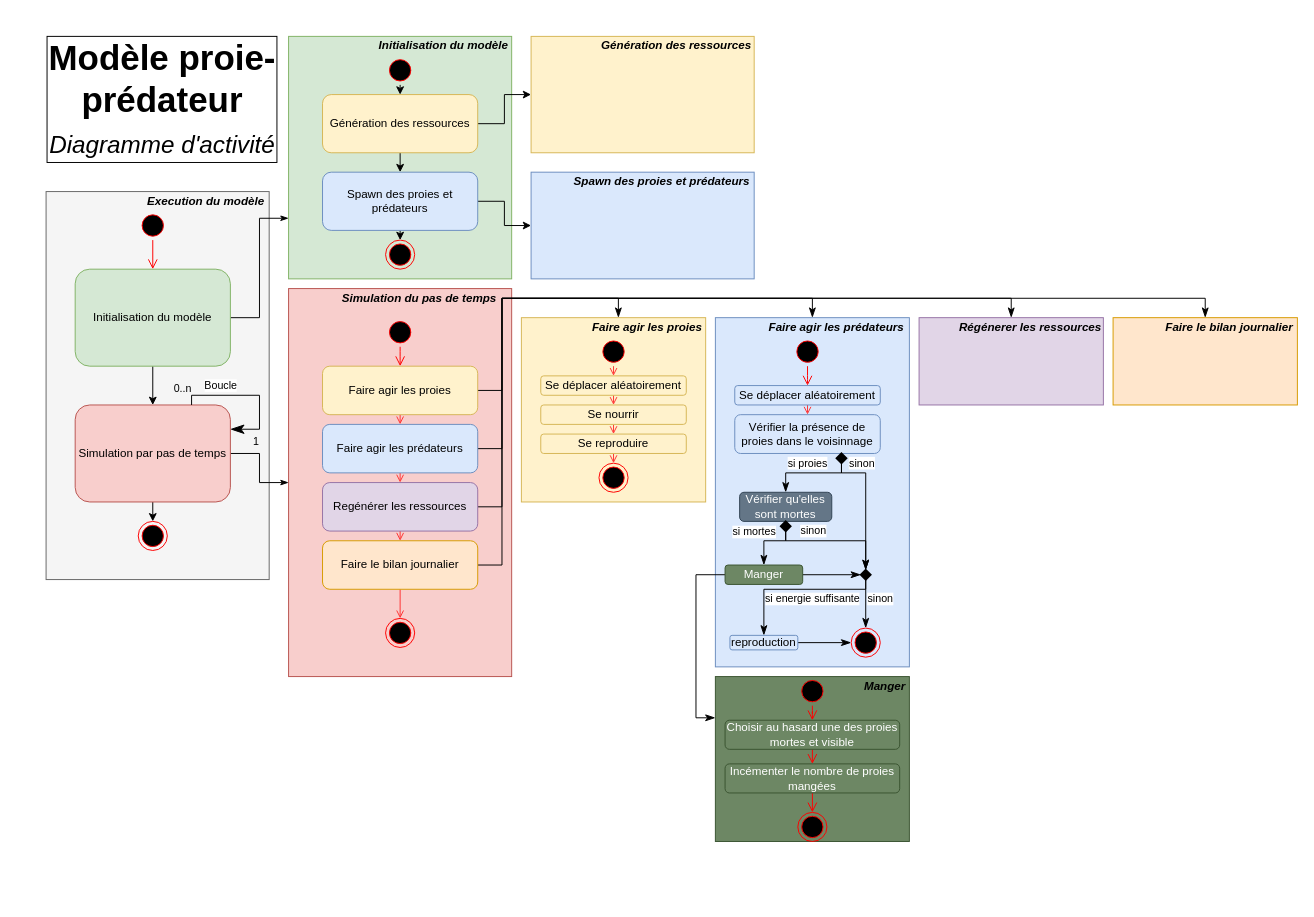
Above: page "Diagramme d'activité" (2 of 3) of class_diagram.drawio in pierre-manchon/MAS_Vultures_population_modelisation (draw.io), before the change. Source tidied: cells renumbered, new cells numbered last; positions are measured from the earlier drawing's top-left corner, leaving out a move shared by most shapes. Both pictures are drawn from the tidied source at 97%, with x=0, y=0 at pixel (46, 16).
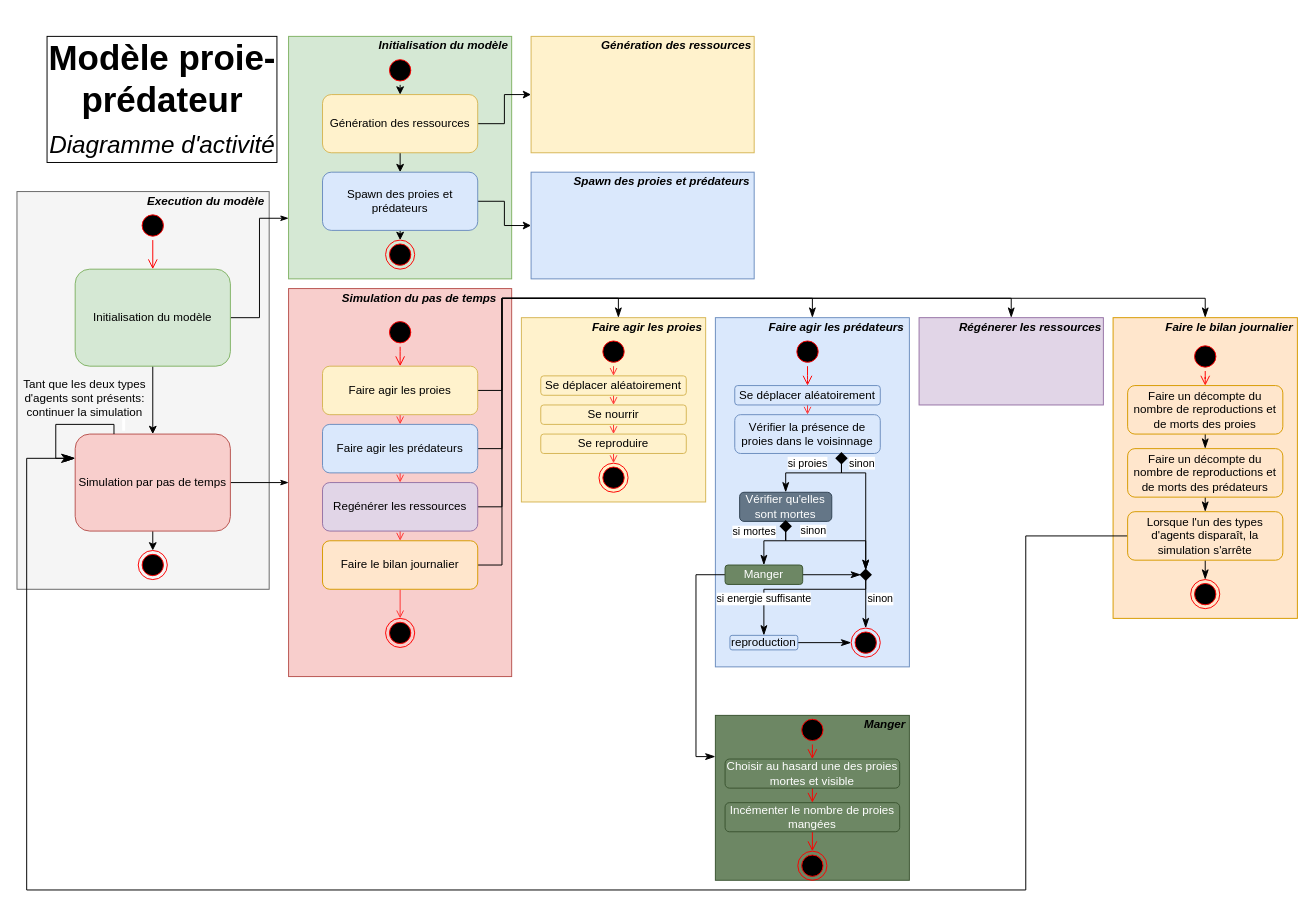
After the change.

The change refers to these unchanged cells:
```xml
<mxCell id="51" value="Se nourrir" style="rounded=1;whiteSpace=wrap;html=1;fillColor=#fff2cc;strokeColor=#d6b656;" parent="1" vertex="1">
  <mxGeometry x="510" y="400" width="150" height="20" as="geometry" />
</mxCell>
<mxCell id="52" value="Se reproduire" style="rounded=1;whiteSpace=wrap;html=1;fillColor=#fff2cc;strokeColor=#d6b656;" parent="1" vertex="1">
  <mxGeometry x="510" y="430" width="150" height="20" as="geometry" />
</mxCell>
<mxCell id="60" style="ellipse;html=1;shape=startState;fillColor=#000000;strokeColor=#ff0000;" parent="1" vertex="1">
  <mxGeometry x="770" y="330" width="30" height="30" as="geometry" />
</mxCell>
<mxCell id="77" value="Manger" style="rounded=1;whiteSpace=wrap;html=1;fillColor=#6d8764;strokeColor=#3A5431;fontColor=#ffffff;" parent="1" vertex="1">
  <mxGeometry x="700" y="565" width="80" height="20" as="geometry" />
</mxCell>
<mxCell id="83" style="strokeWidth=2;html=1;shape=mxgraph.flowchart.decision;whiteSpace=wrap;labelBackgroundColor=none;fontSize=36;fillColor=#000000;" parent="1" vertex="1">
  <mxGeometry x="840" y="570" width="10" height="10" as="geometry" />
</mxCell>
<mxCell id="85" value="reproduction" style="rounded=1;whiteSpace=wrap;html=1;fillColor=#dae8fc;strokeColor=#6c8ebf;" parent="1" vertex="1">
  <mxGeometry x="705" y="637.5" width="70" height="15" as="geometry" />
</mxCell>
```

What changed in the source:
```diff
@@
     <mxCell id="2" style="rounded=0;whiteSpace=wrap;html=1;fillColor=#ffe6cc;strokeColor=#d79b00;" parent="1" vertex="1">
-      <mxGeometry x="1100" y="310" width="190" height="90" as="geometry" />
+      <mxGeometry x="1100" y="310" width="190" height="310" as="geometry" />
     </mxCell>
@@
     <mxCell id="8" style="rounded=0;whiteSpace=wrap;html=1;fillColor=#f5f5f5;strokeColor=#666666;fontColor=#333333;" parent="1" vertex="1">
-      <mxGeometry y="180" width="230" height="400" as="geometry" />
+      <mxGeometry x="-30" y="180" width="260" height="410" as="geometry" />
     </mxCell>
@@
     <mxCell id="16" value="Simulation par pas de temps" style="rounded=1;whiteSpace=wrap;html=1;fillColor=#f8cecc;strokeColor=#b85450;" parent="1" vertex="1">
-      <mxGeometry x="30" y="400" width="160" height="100" as="geometry" />
+      <mxGeometry x="30" y="430" width="160" height="100" as="geometry" />
     </mxCell>
     <mxCell id="17" style="ellipse;html=1;shape=endState;fillColor=#000000;strokeColor=#ff0000;" parent="1" vertex="1">
-      <mxGeometry x="95" y="520" width="30" height="30" as="geometry" />
+      <mxGeometry x="95" y="550" width="30" height="30" as="geometry" />
     </mxCell>
@@
     <mxCell id="50" style="edgeStyle=orthogonalEdgeStyle;rounded=0;jettySize=auto;html=1;exitX=0.5;exitY=1;exitDx=0;exitDy=0;entryX=0.5;entryY=0;entryDx=0;entryDy=0;endArrow=open;endFill=0;strokeColor=#FF3333;" parent="1" edge="1" source="51" target="52">
-      <mxGeometry x="-310" y="350" as="geometry" />
+      <mxGeometry x="-320" y="320" as="geometry" />
     </mxCell>
@@
     <mxCell id="61" style="edgeStyle=orthogonalEdgeStyle;html=1;verticalAlign=bottom;endArrow=open;endSize=8;strokeColor=#ff0000;" parent="1" edge="1" source="60">
-      <mxGeometry x="-130" y="160" as="geometry">
+      <mxGeometry x="-140" y="130" as="geometry">
         <mxPoint x="785" y="380" as="targetPoint" />
       </mxGeometry>
     </mxCell>
@@
-    <mxCell id="69" value="Boucle" style="endArrow=classicThin;html=1;endSize=12;startArrow=none;startSize=14;startFill=0;edgeStyle=orthogonalEdgeStyle;strokeColor=#000000;endFill=1;exitX=0.75;exitY=0;exitDx=0;exitDy=0;entryX=1;entryY=0.25;entryDx=0;entryDy=0;rounded=0;" parent="1" edge="1" source="16" target="16">
-      <mxGeometry x="-0.45" y="10" relative="1" as="geometry">
+    <mxCell id="69" value="&amp;nbsp;" style="endArrow=classicThin;html=1;endSize=12;startArrow=none;startSize=14;startFill=0;edgeStyle=orthogonalEdgeStyle;strokeColor=#000000;endFill=1;exitX=0.25;exitY=0;exitDx=0;exitDy=0;entryX=0;entryY=0.25;entryDx=0;entryDy=0;rounded=0;" parent="1" edge="1" source="16" target="16">
+      <mxGeometry x="-0.84" y="-10" relative="1" as="geometry">
         <Array as="points">
-          <mxPoint x="150" y="390" />
-          <mxPoint x="220" y="390" />
-          <mxPoint x="220" y="425" />
+          <mxPoint x="70" y="420" />
+          <mxPoint x="10" y="420" />
+          <mxPoint x="10" y="455" />
         </Array>
+        <mxPoint x="10" y="10" as="offset" />
       </mxGeometry>
     </mxCell>
-    <mxCell id="70" value="0..n" style="edgeLabel;html=1;align=left;verticalAlign=top;labelBackgroundColor=none;" parent="69" vertex="1">
-      <mxGeometry x="-1" relative="1" as="geometry">
-        <mxPoint x="-20" y="-30" as="offset" />
-      </mxGeometry>
-    </mxCell>
-    <mxCell id="71" value="1" style="edgeLabel;html=1;align=right;verticalAlign=top;labelBackgroundColor=none;" parent="69" vertex="1">
-      <mxGeometry x="1" relative="1" as="geometry">
-        <mxPoint x="30" as="offset" />
-      </mxGeometry>
-    </mxCell>
@@
     <mxCell id="76" style="edgeStyle=orthogonalEdgeStyle;rounded=0;sketch=0;jumpSize=4;jettySize=auto;html=1;exitX=0;exitY=0.5;exitDx=0;exitDy=0;entryX=0;entryY=0.25;entryDx=0;entryDy=0;shadow=0;startArrow=none;startFill=0;startSize=14;endArrow=classicThin;endFill=1;endSize=8;strokeColor=#000000;fontSize=36;" parent="1" edge="1" source="77" target="87">
       <mxGeometry relative="1" as="geometry">
         <Array as="points">
           <mxPoint x="670" y="575" />
-          <mxPoint x="670" y="723" />
+          <mxPoint x="670" y="763" />
         </Array>
       </mxGeometry>
     </mxCell>
@@
     <mxCell id="86" value="si energie suffisante" style="endArrow=classicThin;html=1;endSize=8;startArrow=none;startSize=14;startFill=0;edgeStyle=orthogonalEdgeStyle;strokeColor=#000000;rounded=0;sketch=0;shadow=0;endFill=1;exitX=0.5;exitY=1;exitDx=0;exitDy=0;exitPerimeter=0;entryX=0.5;entryY=0;entryDx=0;entryDy=0;" parent="1" edge="1" source="83" target="85">
-      <mxGeometry x="-0.2" y="10" relative="1" as="geometry">
+      <mxGeometry x="0.54" relative="1" as="geometry">
         <Array as="points">
           <mxPoint x="845" y="590" />
           <mxPoint x="740" y="590" />
           <mxPoint x="740" y="638" />
         </Array>
       </mxGeometry>
     </mxCell>
     <mxCell id="87" style="rounded=0;whiteSpace=wrap;html=1;fillColor=#6d8764;strokeColor=#3A5431;fontColor=#ffffff;" parent="1" vertex="1">
-      <mxGeometry x="690" y="680" width="200" height="170" as="geometry" />
+      <mxGeometry x="690" y="720" width="200" height="170" as="geometry" />
     </mxCell>
@@
     <mxCell id="89" value="Choisir au hasard une des proies mortes et visible" style="rounded=1;whiteSpace=wrap;html=1;fillColor=#6d8764;strokeColor=#3A5431;fontColor=#ffffff;" parent="1" vertex="1">
-      <mxGeometry x="700" y="725" width="180" height="30" as="geometry" />
+      <mxGeometry x="700" y="765" width="180" height="30" as="geometry" />
     </mxCell>
@@
     <mxCell id="91" value="Incémenter le nombre de proies mangées" style="rounded=1;whiteSpace=wrap;html=1;fillColor=#6d8764;strokeColor=#3A5431;fontColor=#ffffff;" parent="1" vertex="1">
-      <mxGeometry x="700" y="770" width="180" height="30" as="geometry" />
+      <mxGeometry x="700" y="810" width="180" height="30" as="geometry" />
     </mxCell>
     <mxCell id="92" style="ellipse;html=1;shape=startState;fillColor=#000000;strokeColor=#ff0000;labelBackgroundColor=none;fontSize=36;" parent="1" vertex="1">
-      <mxGeometry x="775" y="680" width="30" height="30" as="geometry" />
+      <mxGeometry x="775" y="720" width="30" height="30" as="geometry" />
     </mxCell>
@@
     <mxCell id="94" style="ellipse;html=1;shape=endState;fillColor=#000000;strokeColor=#ff0000;labelBackgroundColor=none;fontSize=36;" parent="1" vertex="1">
-      <mxGeometry x="775" y="820" width="30" height="30" as="geometry" />
+      <mxGeometry x="775" y="860" width="30" height="30" as="geometry" />
     </mxCell>
     <mxCell id="95" value="Manger" style="text;html=1;strokeColor=none;fillColor=none;align=center;verticalAlign=middle;whiteSpace=wrap;rounded=0;fontStyle=3;" parent="1" vertex="1">
-      <mxGeometry x="840" y="680" width="50" height="20" as="geometry" />
+      <mxGeometry x="840" y="720" width="50" height="20" as="geometry" />
     </mxCell>
+    <mxCell id="96" style="edgeStyle=orthogonalEdgeStyle;rounded=0;sketch=0;jumpSize=4;jettySize=auto;html=1;exitX=0.5;exitY=1;exitDx=0;exitDy=0;entryX=0.5;entryY=0;entryDx=0;entryDy=0;shadow=0;startArrow=none;startFill=0;startSize=14;endArrow=classicThin;endFill=1;endSize=8;strokeColor=#000000;fontSize=36;" parent="1" edge="1" source="97" target="99">
+      <mxGeometry relative="1" as="geometry" />
+    </mxCell>
+    <mxCell id="97" value="Faire un décompte du nombre de reproductions et de morts des proies" style="rounded=1;whiteSpace=wrap;html=1;fillColor=#ffe6cc;strokeColor=#d79b00;" parent="1" vertex="1">
+      <mxGeometry x="1115" y="380" width="160" height="50" as="geometry" />
+    </mxCell>
+    <mxCell id="98" style="edgeStyle=orthogonalEdgeStyle;rounded=0;sketch=0;jumpSize=4;jettySize=auto;html=1;exitX=0.5;exitY=1;exitDx=0;exitDy=0;entryX=0.5;entryY=0;entryDx=0;entryDy=0;shadow=0;startArrow=none;startFill=0;startSize=14;endArrow=classicThin;endFill=1;endSize=8;strokeColor=#000000;fontSize=36;" parent="1" edge="1" source="99" target="105">
+      <mxGeometry relative="1" as="geometry" />
+    </mxCell>
+    <mxCell id="99" value="Faire un décompte du nombre de reproductions et de morts des prédateurs" style="rounded=1;whiteSpace=wrap;html=1;fillColor=#ffe6cc;strokeColor=#d79b00;" parent="1" vertex="1">
+      <mxGeometry x="1115" y="445" width="160" height="50" as="geometry" />
+    </mxCell>
+    <mxCell id="100" style="ellipse;html=1;shape=startState;fillColor=#000000;strokeColor=#ff0000;labelBackgroundColor=none;fontSize=36;" parent="1" vertex="1">
+      <mxGeometry x="1180" y="335" width="30" height="30" as="geometry" />
+    </mxCell>
+    <mxCell id="101" style="edgeStyle=orthogonalEdgeStyle;html=1;verticalAlign=bottom;endArrow=open;endSize=8;strokeColor=#ff0000;shadow=0;fontSize=36;entryX=0.5;entryY=0;entryDx=0;entryDy=0;" parent="1" edge="1" source="100" target="97">
+      <mxGeometry relative="1" as="geometry" />
+    </mxCell>
+    <mxCell id="102" style="ellipse;html=1;shape=endState;fillColor=#000000;strokeColor=#ff0000;labelBackgroundColor=none;fontSize=36;" parent="1" vertex="1">
+      <mxGeometry x="1180" y="580" width="30" height="30" as="geometry" />
+    </mxCell>
+    <mxCell id="103" style="edgeStyle=orthogonalEdgeStyle;rounded=0;sketch=0;jumpSize=4;jettySize=auto;html=1;exitX=0.5;exitY=1;exitDx=0;exitDy=0;entryX=0.5;entryY=0;entryDx=0;entryDy=0;shadow=0;startArrow=none;startFill=0;startSize=14;endArrow=classicThin;endFill=1;endSize=8;strokeColor=#000000;fontSize=36;" parent="1" edge="1" source="105" target="102">
+      <mxGeometry relative="1" as="geometry" />
+    </mxCell>
+    <mxCell id="104" style="edgeStyle=orthogonalEdgeStyle;rounded=0;sketch=0;jumpSize=4;jettySize=auto;html=1;exitX=0;exitY=0.5;exitDx=0;exitDy=0;entryX=0;entryY=0.25;entryDx=0;entryDy=0;shadow=0;startArrow=none;startFill=0;startSize=14;endArrow=classicThin;endFill=1;endSize=8;strokeColor=#000000;fontSize=12;" parent="1" edge="1" source="105" target="16">
+      <mxGeometry relative="1" as="geometry">
+        <Array as="points">
+          <mxPoint x="1010" y="535" />
+          <mxPoint x="1010" y="900" />
+          <mxPoint x="-20" y="900" />
+          <mxPoint x="-20" y="455" />
+        </Array>
+      </mxGeometry>
+    </mxCell>
+    <mxCell id="105" value="Lorsque l'un des types d'agents disparaît, la simulation s'arrête" style="rounded=1;whiteSpace=wrap;html=1;fillColor=#ffe6cc;strokeColor=#d79b00;" parent="1" vertex="1">
+      <mxGeometry x="1115" y="510" width="160" height="50" as="geometry" />
+    </mxCell>
+    <mxCell id="106" value="Tant que les deux types d'agents sont présents: continuer la simulation" style="text;html=1;strokeColor=none;fillColor=none;align=center;verticalAlign=middle;whiteSpace=wrap;rounded=0;labelBackgroundColor=none;fontSize=12;" parent="1" vertex="1">
+      <mxGeometry x="-30" y="370" width="140" height="45" as="geometry" />
+    </mxCell>
```
